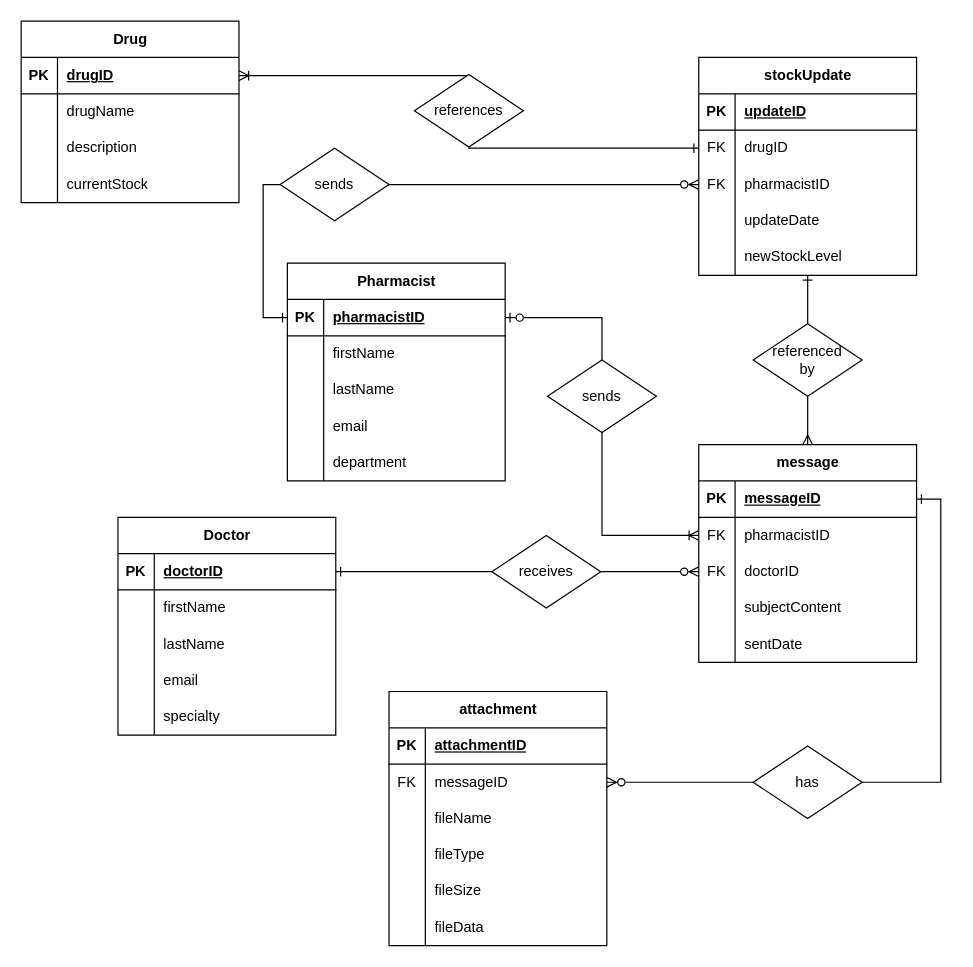
This is practical assesment.drawio from Icey-Python/DIAGRAMS, a draw.io file, before an edit. Source tidied: cells renumbered, new cells numbered last; positions are measured from the earlier drawing's top-left corner, leaving out a move shared by most shapes. Both pictures are drawn from the tidied source at 121%, with x=0, y=0 at pixel (21, 21).
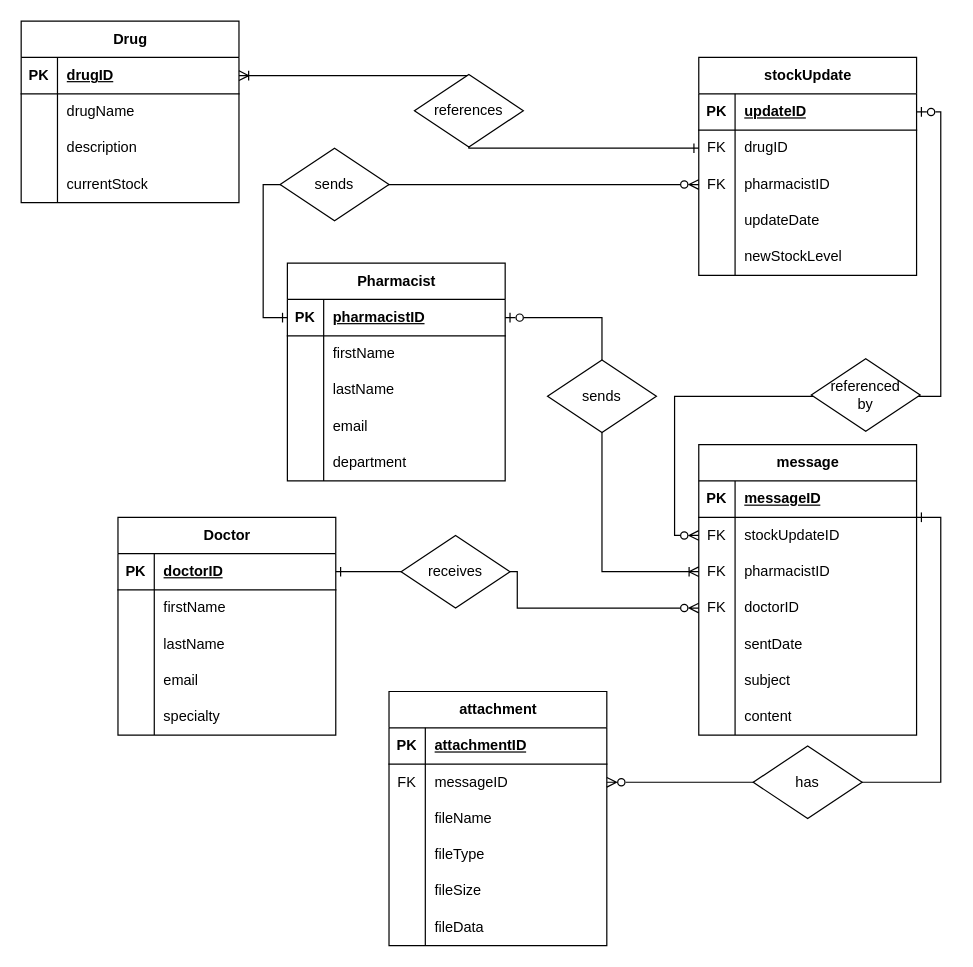
The same diagram, later.

The change refers to these unchanged cells:
```xml
<mxCell id="2" value="Pharmacist" style="shape=table;startSize=30;childLayout=tableLayout;rowLines=0;fontStyle=1;align=center;html=1;" parent="1" vertex="1">
  <mxGeometry x="220" y="200" width="180" height="180" as="geometry" />
</mxCell>
<mxCell id="19" style="shape=tableRow;horizontal=0;startSize=0;swimlaneHead=0;swimlaneBody=0;fillColor=none;points=[[0,0.5],[1,0.5]];portConstraint=eastwest;top=0;left=0;right=0;bottom=1;" parent="18" vertex="1">
  <mxGeometry y="30" width="180" height="30" as="geometry" />
</mxCell>
<mxCell id="47" value="stockUpdate" style="shape=table;startSize=30;childLayout=tableLayout;rowLines=0;fontStyle=1;align=center;html=1;" parent="1" vertex="1">
  <mxGeometry x="560" y="30" width="180" height="180" as="geometry" />
</mxCell>
<mxCell id="68" style="shape=tableRow;horizontal=0;startSize=0;swimlaneHead=0;swimlaneBody=0;fillColor=none;points=[[0,0.5],[1,0.5]];portConstraint=eastwest;top=0;left=0;right=0;bottom=0;" parent="64" vertex="1">
  <mxGeometry y="60" width="180" height="30" as="geometry" />
</mxCell>
<mxCell id="71" style="shape=tableRow;horizontal=0;startSize=0;swimlaneHead=0;swimlaneBody=0;fillColor=none;points=[[0,0.5],[1,0.5]];portConstraint=eastwest;top=0;left=0;right=0;bottom=0;" parent="64" vertex="1">
  <mxGeometry y="90" width="180" height="30" as="geometry" />
</mxCell>
<mxCell id="74" style="shape=tableRow;horizontal=0;startSize=0;swimlaneHead=0;swimlaneBody=0;fillColor=none;points=[[0,0.5],[1,0.5]];portConstraint=eastwest;top=0;left=0;right=0;bottom=0;" parent="64" vertex="1">
  <mxGeometry y="120" width="180" height="30" as="geometry" />
</mxCell>
<mxCell id="84" style="shape=tableRow;horizontal=0;startSize=0;swimlaneHead=0;swimlaneBody=0;fillColor=none;points=[[0,0.5],[1,0.5]];portConstraint=eastwest;top=0;left=0;right=0;bottom=0;" parent="80" vertex="1">
  <mxGeometry y="60" width="180" height="30" as="geometry" />
</mxCell>
```

The edit, as a diff of the source:
```diff
@@
-    <mxCell id="63" style="edgeStyle=orthogonalEdgeStyle;rounded=0;jettySize=auto;html=1;exitX=0.5;exitY=0;exitDx=0;exitDy=0;entryX=0.5;entryY=1;entryDx=0;entryDy=0;startArrow=ERmany;startFill=0;endArrow=ERone;endFill=0;" parent="1" edge="1" source="64" target="47">
+    <mxCell id="63" style="edgeStyle=orthogonalEdgeStyle;rounded=0;jettySize=auto;html=1;exitX=0;exitY=0.5;exitDx=0;exitDy=0;entryX=1;entryY=0.25;entryDx=0;entryDy=0;startArrow=ERzeroToMany;startFill=0;endArrow=ERzeroToOne;endFill=0;" parent="1" edge="1" source="68" target="47">
       <mxGeometry relative="1" as="geometry" />
     </mxCell>
     <mxCell id="64" value="message" style="shape=table;startSize=30;childLayout=tableLayout;rowLines=0;fontStyle=1;align=center;html=1;" parent="1" vertex="1">
-      <mxGeometry x="560" y="350" width="180" height="180" as="geometry" />
+      <mxGeometry x="560" y="350" width="180" height="240" as="geometry" />
     </mxCell>
@@
-    <mxCell id="70" value="pharmacistID" style="shape=partialRectangle;fillColor=none;top=0;left=0;bottom=0;right=0;align=left;spacingLeft=6;overflow=hidden;whiteSpace=wrap;html=1;" parent="68" vertex="1">
+    <mxCell id="70" value="stockUpdateID" style="shape=partialRectangle;fillColor=none;top=0;left=0;bottom=0;right=0;align=left;spacingLeft=6;overflow=hidden;whiteSpace=wrap;html=1;" parent="68" vertex="1">
       <mxGeometry x="30" width="150" height="30" as="geometry" />
     </mxCell>
@@
-    <mxCell id="73" value="doctorID" style="shape=partialRectangle;fillColor=none;top=0;left=0;bottom=0;right=0;align=left;spacingLeft=6;overflow=hidden;whiteSpace=wrap;html=1;" parent="71" vertex="1">
+    <mxCell id="73" value="pharmacistID" style="shape=partialRectangle;fillColor=none;top=0;left=0;bottom=0;right=0;align=left;spacingLeft=6;overflow=hidden;whiteSpace=wrap;html=1;" parent="71" vertex="1">
       <mxGeometry x="30" width="150" height="30" as="geometry" />
     </mxCell>
@@
-    <mxCell id="75" style="shape=partialRectangle;fillColor=none;top=0;left=0;bottom=0;right=0;overflow=hidden;whiteSpace=wrap;html=1;" parent="74" vertex="1">
+    <mxCell id="75" value="FK" style="shape=partialRectangle;fillColor=none;top=0;left=0;bottom=0;right=0;overflow=hidden;whiteSpace=wrap;html=1;" parent="74" vertex="1">
       <mxGeometry width="30" height="30" as="geometry" />
     </mxCell>
-    <mxCell id="76" value="subjectContent" style="shape=partialRectangle;fillColor=none;top=0;left=0;bottom=0;right=0;align=left;spacingLeft=6;overflow=hidden;whiteSpace=wrap;html=1;" parent="74" vertex="1">
+    <mxCell id="76" value="doctorID" style="shape=partialRectangle;fillColor=none;top=0;left=0;bottom=0;right=0;align=left;spacingLeft=6;overflow=hidden;whiteSpace=wrap;html=1;" parent="74" vertex="1">
       <mxGeometry x="30" width="150" height="30" as="geometry" />
     </mxCell>
@@
+    <mxCell id="111" style="shape=tableRow;horizontal=0;startSize=0;swimlaneHead=0;swimlaneBody=0;fillColor=none;top=0;left=0;right=0;bottom=0;" parent="64" vertex="1">
+      <mxGeometry y="180" width="180" height="30" as="geometry" />
+    </mxCell>
+    <mxCell id="112" style="shape=partialRectangle;fillColor=none;top=0;left=0;bottom=0;right=0;overflow=hidden;whiteSpace=wrap;html=1;" parent="111" vertex="1">
+      <mxGeometry width="30" height="30" as="geometry" />
+    </mxCell>
+    <mxCell id="113" value="subject" style="shape=partialRectangle;fillColor=none;top=0;left=0;bottom=0;right=0;align=left;spacingLeft=6;overflow=hidden;whiteSpace=wrap;html=1;" parent="111" vertex="1">
+      <mxGeometry x="30" width="150" height="30" as="geometry" />
+    </mxCell>
+    <mxCell id="114" style="shape=tableRow;horizontal=0;startSize=0;swimlaneHead=0;swimlaneBody=0;fillColor=none;top=0;left=0;right=0;bottom=0;" parent="64" vertex="1">
+      <mxGeometry y="210" width="180" height="30" as="geometry" />
+    </mxCell>
+    <mxCell id="115" style="shape=partialRectangle;fillColor=none;top=0;left=0;bottom=0;right=0;overflow=hidden;whiteSpace=wrap;html=1;" parent="114" vertex="1">
+      <mxGeometry width="30" height="30" as="geometry" />
+    </mxCell>
+    <mxCell id="116" value="content" style="shape=partialRectangle;fillColor=none;top=0;left=0;bottom=0;right=0;align=left;spacingLeft=6;overflow=hidden;whiteSpace=wrap;html=1;" parent="114" vertex="1">
+      <mxGeometry x="30" width="150" height="30" as="geometry" />
+    </mxCell>
@@
     <mxCell id="99" value="&lt;div&gt;referenced&lt;/div&gt;&lt;div&gt;by&lt;/div&gt;" style="shape=rhombus;perimeter=rhombusPerimeter;whiteSpace=wrap;html=1;align=center;" parent="1" vertex="1">
-      <mxGeometry x="605" y="250" width="90" height="60" as="geometry" />
+      <mxGeometry x="653" y="279" width="90" height="60" as="geometry" />
     </mxCell>
@@
-    <mxCell id="102" style="edgeStyle=orthogonalEdgeStyle;rounded=0;jettySize=auto;html=1;exitX=1;exitY=0.5;exitDx=0;exitDy=0;entryX=0;entryY=0.5;entryDx=0;entryDy=0;startArrow=ERone;startFill=0;endArrow=ERzeroToMany;endFill=0;" parent="1" edge="1" source="19" target="71">
+    <mxCell id="102" style="edgeStyle=orthogonalEdgeStyle;rounded=0;jettySize=auto;html=1;exitX=1;exitY=0.5;exitDx=0;exitDy=0;entryX=0;entryY=0.5;entryDx=0;entryDy=0;startArrow=ERone;startFill=0;endArrow=ERzeroToMany;endFill=0;" parent="1" edge="1" source="19" target="74">
       <mxGeometry relative="1" as="geometry" />
     </mxCell>
     <mxCell id="103" value="receives" style="shape=rhombus;perimeter=rhombusPerimeter;whiteSpace=wrap;html=1;align=center;" parent="1" vertex="1">
-      <mxGeometry x="389" y="425" width="90" height="60" as="geometry" />
+      <mxGeometry x="314" y="425" width="90" height="60" as="geometry" />
     </mxCell>
@@
-    <mxCell id="106" style="group;" parent="1" vertex="1">
-      <mxGeometry x="435" y="280" width="90" height="60" as="geometry" />
-    </mxCell>
+    <mxCell id="109" style="edgeStyle=orthogonalEdgeStyle;rounded=0;jettySize=auto;html=1;exitX=1;exitY=0.25;exitDx=0;exitDy=0;entryX=1;entryY=0.5;entryDx=0;entryDy=0;startArrow=ERone;startFill=0;endArrow=ERzeroToMany;endFill=0;" parent="1" edge="1" source="64" target="84">
+      <mxGeometry relative="1" as="geometry" />
+    </mxCell>
+    <mxCell id="110" value="has" style="shape=rhombus;perimeter=rhombusPerimeter;whiteSpace=wrap;html=1;align=center;" parent="1" vertex="1">
+      <mxGeometry x="605" y="599" width="90" height="60" as="geometry" />
+    </mxCell>
-    <mxCell id="107" style="edgeStyle=orthogonalEdgeStyle;rounded=0;jettySize=auto;html=1;exitX=1;exitY=0.25;exitDx=0;exitDy=0;entryX=0;entryY=0.5;entryDx=0;entryDy=0;startArrow=ERzeroToOne;startFill=0;endArrow=ERoneToMany;endFill=0;" parent="106" edge="1" source="2" target="68">
+    <mxCell id="107" style="edgeStyle=orthogonalEdgeStyle;rounded=0;jettySize=auto;html=1;exitX=1;exitY=0.25;exitDx=0;exitDy=0;entryX=0;entryY=0.5;entryDx=0;entryDy=0;startArrow=ERzeroToOne;startFill=0;endArrow=ERoneToMany;endFill=0;" parent="1" edge="1" source="2" target="71">
       <mxGeometry relative="1" as="geometry" />
     </mxCell>
-    <mxCell id="108" value="sends" style="shape=rhombus;perimeter=rhombusPerimeter;whiteSpace=wrap;html=1;align=center;" parent="106" vertex="1">
-      <mxGeometry width="90" height="60" as="geometry" />
+    <mxCell id="108" value="sends" style="shape=rhombus;perimeter=rhombusPerimeter;whiteSpace=wrap;html=1;align=center;" parent="1" vertex="1">
+      <mxGeometry x="435" y="280" width="90" height="60" as="geometry" />
     </mxCell>
-    <mxCell id="109" style="edgeStyle=orthogonalEdgeStyle;rounded=0;jettySize=auto;html=1;exitX=1;exitY=0.25;exitDx=0;exitDy=0;entryX=1;entryY=0.5;entryDx=0;entryDy=0;startArrow=ERone;startFill=0;endArrow=ERzeroToMany;endFill=0;" parent="1" edge="1" source="64" target="84">
-      <mxGeometry relative="1" as="geometry" />
-    </mxCell>
-    <mxCell id="110" value="has" style="shape=rhombus;perimeter=rhombusPerimeter;whiteSpace=wrap;html=1;align=center;" parent="1" vertex="1">
-      <mxGeometry x="605" y="599" width="90" height="60" as="geometry" />
-    </mxCell>
```
